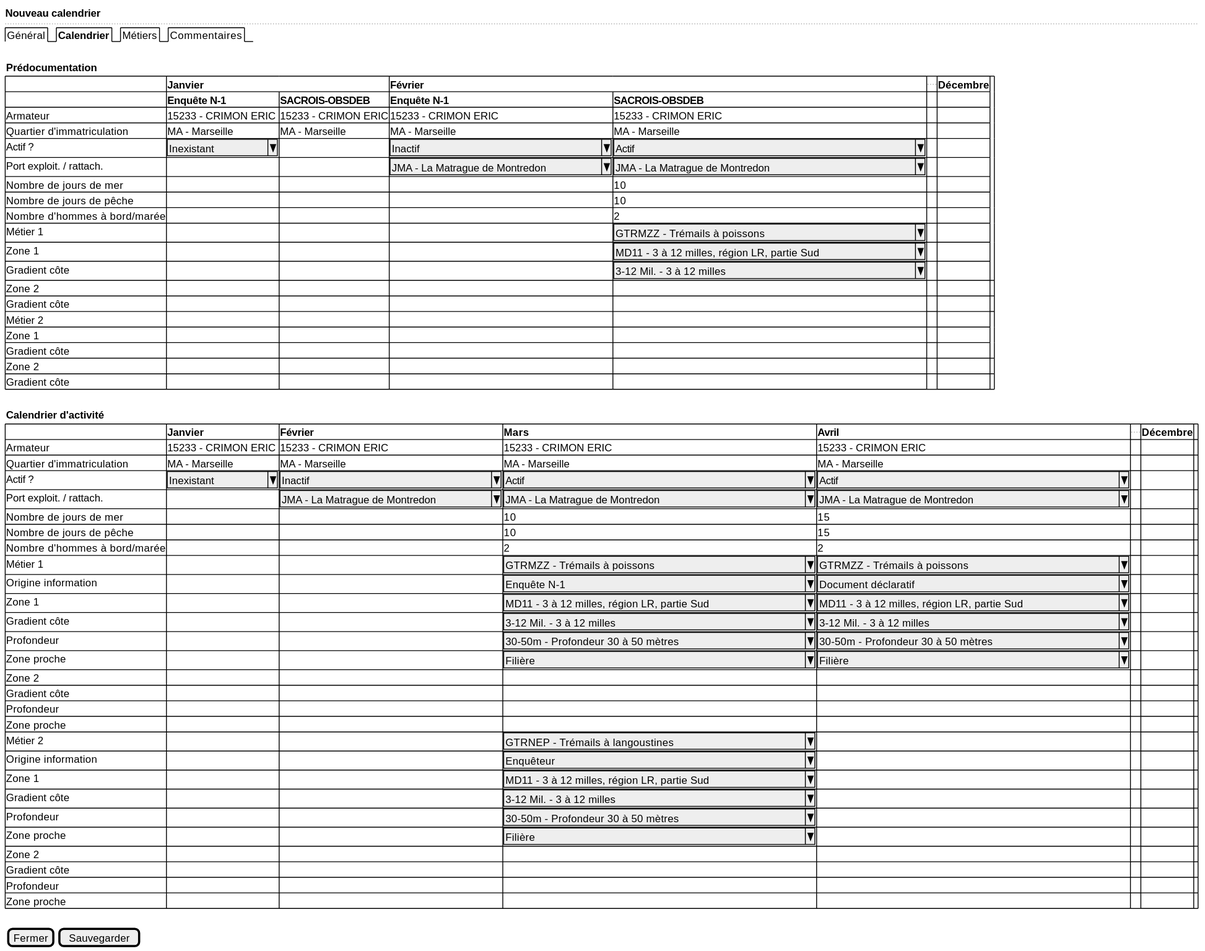
Before: projects/activity-calendar/spe/images/activity-calendar-new.svg, a diagram exported from PlantUML (sumaris-net/sumaris-doc).
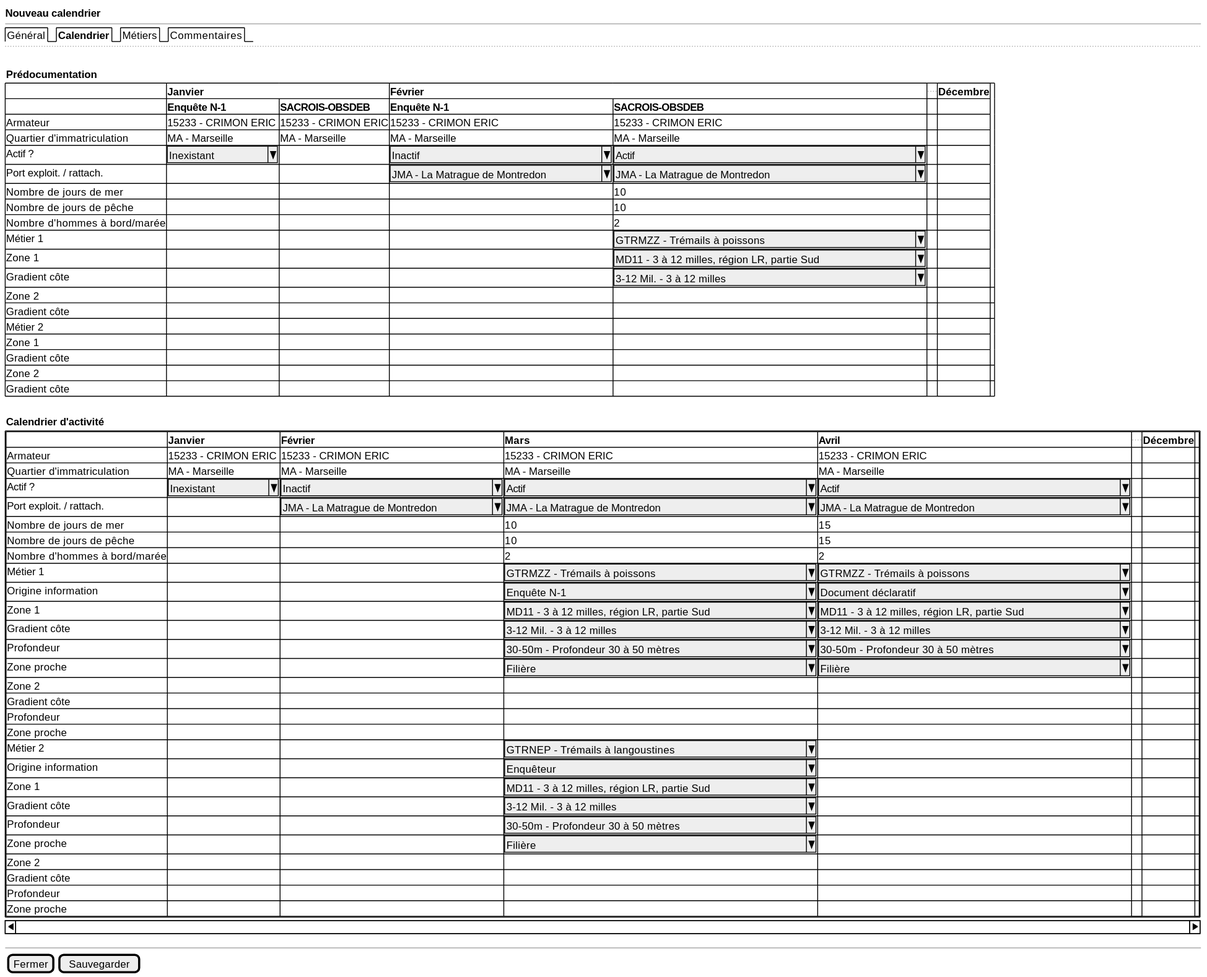
After the change.

What changed in the source:
```diff
@@ -1,8 +1,9 @@
 @startsalt
 {
   <b>Nouveau calendrier
+  --
+  {/ Général | <b>Calendrier | Métiers | Commentaires }
   ..
-  {/ Général | <b>Calendrier | Métiers | Commentaires }
   .
 
   {<b>Prédocumentation}
@@ -30,6 +31,7 @@
      .
 
   {<b>Calendrier d'activité}
+	{S-
 	{#
      . | <b>Janvier | <b>Février | <b>Mars | <b>Avril| ... | <b>Décembre
      Armateur | 15233 - CRIMON ERIC | 15233 - CRIMON ERIC | 15233 - CRIMON ERIC | 15233 - CRIMON ERIC | . | . | .
@@ -60,8 +62,8 @@
      Profondeur | . | . | . | . | . | . | .
      Zone proche | . | . | . | . | . | . | .
     }
-    .
-
+    }
+  --
   { [Fermer] | [Sauvegarder] }
 }
 @endsalt
```
